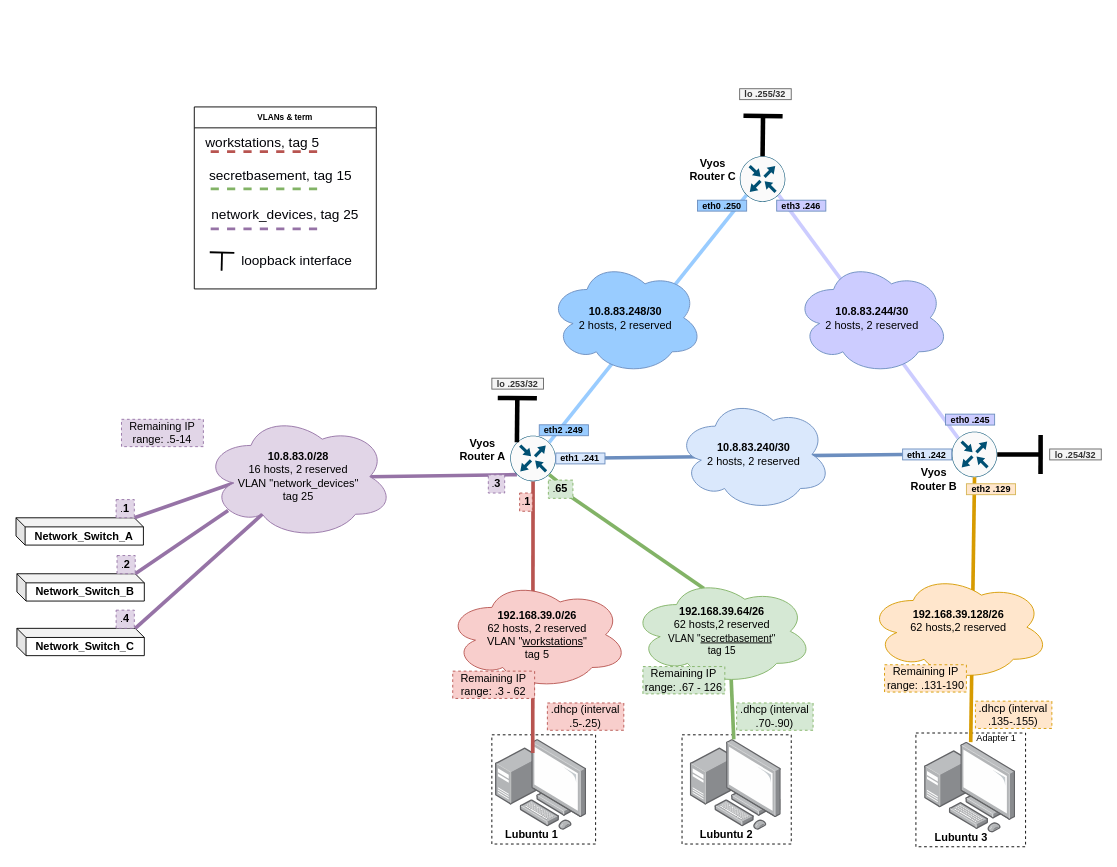
Above: page "Logical Topology" (3 of 4) of documentation/E09/E09NetworkCharts.drawio in Kjersheim/DataNetworksIntro2023 (draw.io), before the change. Source tidied: cells renumbered, new cells numbered last; positions are measured from the earlier drawing's top-left corner, leaving out a move shared by most shapes. Both pictures are drawn from the tidied source at 91%, with x=0, y=0 at pixel (15, 88).
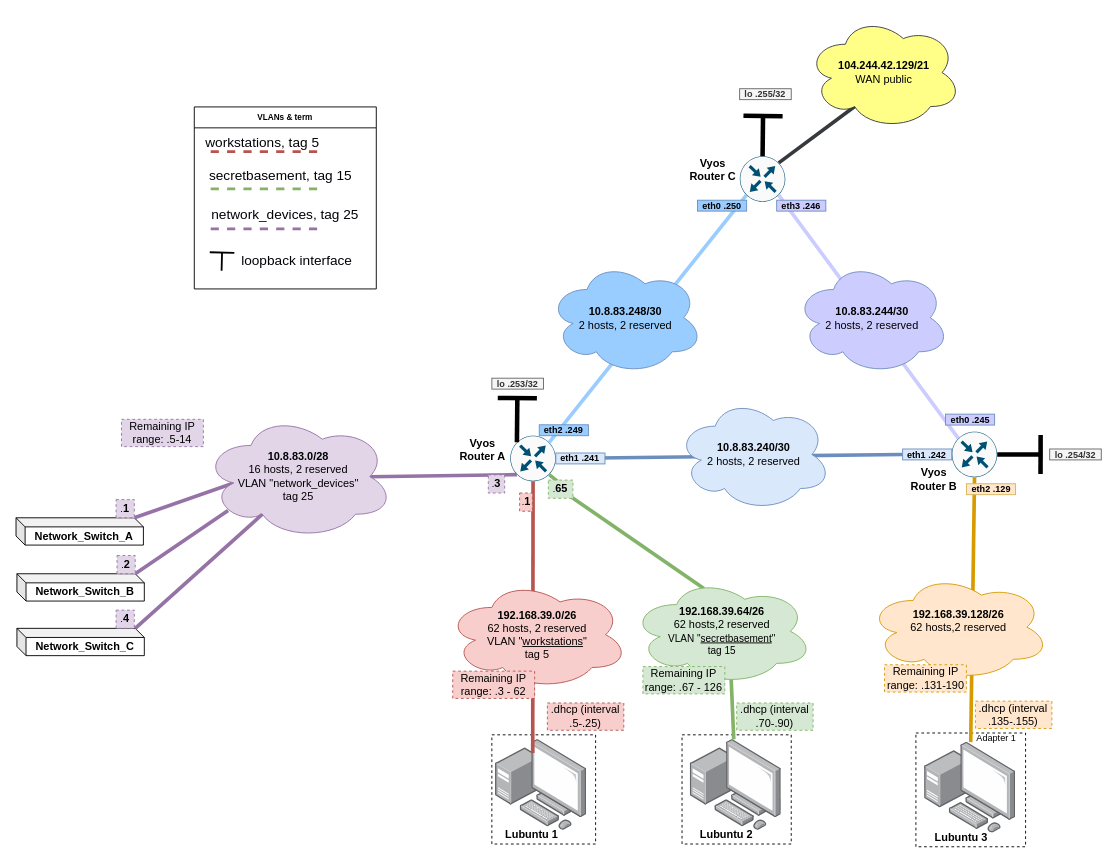
Above is the later version.

The change refers to these unchanged cells:
```xml
<mxCell id="49" style="sketch=0;points=[[0.5,0,0],[1,0.5,0],[0.5,1,0],[0,0.5,0],[0.145,0.145,0],[0.8555,0.145,0],[0.855,0.8555,0],[0.145,0.855,0]];verticalLabelPosition=bottom;html=1;verticalAlign=top;align=center;shape=mxgraph.cisco19.rect;prIcon=router;fillColor=#FAFAFA;strokeColor=#005073;" parent="1" vertex="1">
  <mxGeometry x="795.5" y="74.2" width="50" height="50" as="geometry" />
</mxCell>
```

Change to the diagram source:
```diff
@@
+    <mxCell id="79" style="endArrow=none;html=1;rounded=0;strokeWidth=4;entryX=0.31;entryY=0.8;entryDx=0;entryDy=0;exitX=0.8555;exitY=0.145;exitDx=0;exitDy=0;exitPerimeter=0;entryPerimeter=0;fillColor=#ffff88;strokeColor=#36393d;" parent="1" edge="1" source="49" target="80">
+      <mxGeometry relative="1" as="geometry" />
+    </mxCell>
+    <mxCell id="80" value="&lt;font style=&quot;font-size: 12px;&quot;&gt;&lt;b&gt;104.244.42.129/21&lt;br&gt;&lt;/b&gt;WAN public&lt;br&gt;&lt;/font&gt;" style="ellipse;shape=cloud;whiteSpace=wrap;html=1;fontSize=9;fillColor=#ffff88;strokeColor=#36393d;" parent="1" vertex="1">
+      <mxGeometry x="869" y="-80" width="170" height="124.5" as="geometry" />
+    </mxCell>
```
